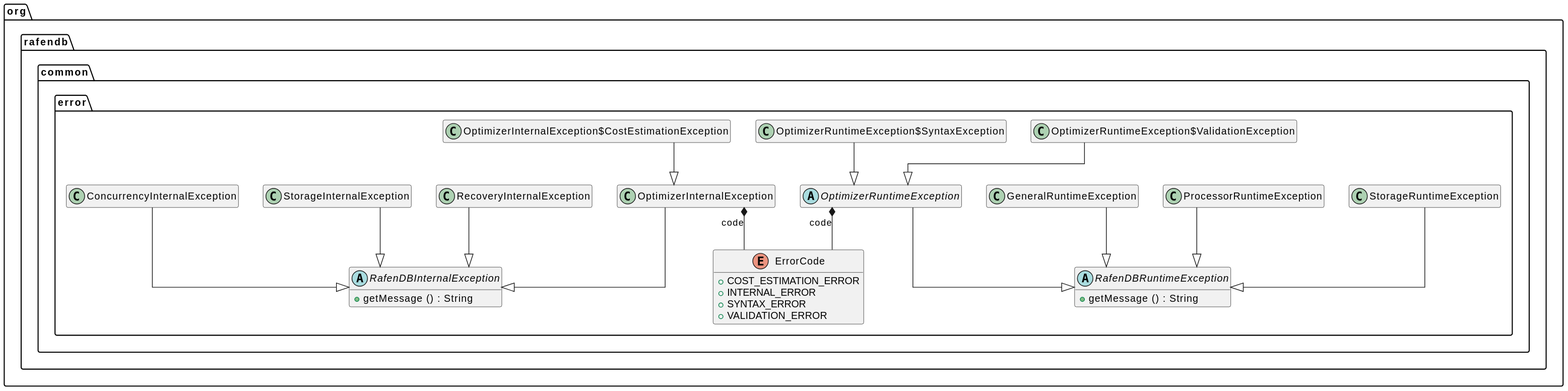
Above: docs/generated/common/common-error.svg in m-akma1/rafendb (PlantUML), before the change. Its source is kept beside it as docs/generated/common/common-error.puml.
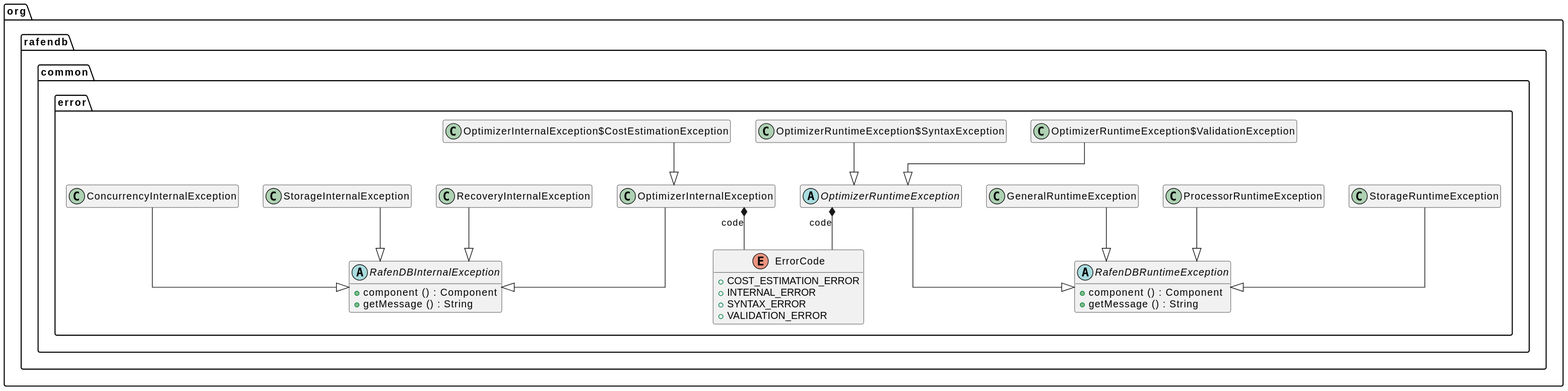
The same file after the commit.

The edit, as a diff of the source:
```diff
@@ -46,11 +46,13 @@
 
 
 abstract class org.rafendb.common.error.RafenDBInternalException {
+	{method} +component () : Component
 	{method} +getMessage () : String
 }
 
 
 abstract class org.rafendb.common.error.RafenDBRuntimeException {
+	{method} +component () : Component
 	{method} +getMessage () : String
 }
 
```
